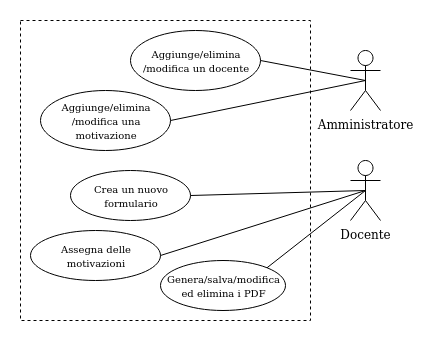
This is img/ValutazioneLPI_UseCase_Draw.png from matteoforni/Valutazione-LPI, a draw.io export, as it was before one commit. Source tidied: cells renumbered, new cells last; positions are measured from the earlier drawing's top-left corner, leaving out a move shared by most shapes. Source of this version:
```xml
<mxGraphModel>
  <root>
    <mxCell id="0" />
    <mxCell id="1" parent="0" />
    <mxCell id="2" value="Amministratore" style="shape=umlActor;verticalLabelPosition=bottom;labelBackgroundColor=#ffffff;verticalAlign=top;html=1;outlineConnect=0;" parent="1" vertex="1">
      <mxGeometry x="330" y="30" width="30" height="60" as="geometry" />
    </mxCell>
    <mxCell id="3" value="Docente" style="shape=umlActor;verticalLabelPosition=bottom;labelBackgroundColor=#ffffff;verticalAlign=top;html=1;outlineConnect=0;" parent="1" vertex="1">
      <mxGeometry x="330" y="140" width="30" height="60" as="geometry" />
    </mxCell>
    <mxCell id="4" value="&lt;font style=&quot;font-size: 10px&quot;&gt;Aggiunge/elimina/modifica un docente&lt;/font&gt;" style="ellipse;whiteSpace=wrap;html=1;" parent="1" vertex="1">
      <mxGeometry x="110" y="10" width="130" height="60" as="geometry" />
    </mxCell>
    <mxCell id="5" value="&lt;font style=&quot;font-size: 10px&quot;&gt;Aggiunge/elimina/modifica una motivazione&lt;/font&gt;" style="ellipse;whiteSpace=wrap;html=1;" parent="1" vertex="1">
      <mxGeometry x="20" y="70" width="130" height="60" as="geometry" />
    </mxCell>
    <mxCell id="6" value="&lt;font style=&quot;font-size: 10px&quot;&gt;Crea un nuovo formulario&lt;/font&gt;" style="ellipse;whiteSpace=wrap;html=1;" parent="1" vertex="1">
      <mxGeometry x="50" y="150" width="120" height="50" as="geometry" />
    </mxCell>
    <mxCell id="7" value="&lt;font style=&quot;font-size: 10px&quot;&gt;Assegna delle motivazioni&lt;/font&gt;" style="ellipse;whiteSpace=wrap;html=1;" parent="1" vertex="1">
      <mxGeometry x="10" y="210" width="130" height="50" as="geometry" />
    </mxCell>
    <mxCell id="8" value="&lt;span style=&quot;font-size: 10px&quot;&gt;Genera/salva/modifica ed elimina i PDF&lt;/span&gt;" style="ellipse;whiteSpace=wrap;html=1;" parent="1" vertex="1">
      <mxGeometry x="140" y="240" width="125" height="50" as="geometry" />
    </mxCell>
    <mxCell id="9" style="endArrow=none;html=1;exitX=0.5;exitY=0.5;exitDx=0;exitDy=0;exitPerimeter=0;entryX=1;entryY=0.5;entryDx=0;entryDy=0;" parent="1" edge="1" source="2" target="4">
      <mxGeometry relative="1" as="geometry" />
    </mxCell>
    <mxCell id="10" style="endArrow=none;html=1;exitX=0.5;exitY=0.5;exitDx=0;exitDy=0;exitPerimeter=0;entryX=1;entryY=0.5;entryDx=0;entryDy=0;" parent="1" edge="1" source="2" target="5">
      <mxGeometry relative="1" as="geometry" />
    </mxCell>
    <mxCell id="11" style="endArrow=none;html=1;exitX=0.5;exitY=0.5;exitDx=0;exitDy=0;exitPerimeter=0;entryX=1;entryY=0.5;entryDx=0;entryDy=0;" parent="1" edge="1" source="3" target="6">
      <mxGeometry relative="1" as="geometry" />
    </mxCell>
    <mxCell id="12" style="endArrow=none;html=1;exitX=0.5;exitY=0.5;exitDx=0;exitDy=0;exitPerimeter=0;entryX=1;entryY=0.5;entryDx=0;entryDy=0;" parent="1" edge="1" source="3" target="7">
      <mxGeometry relative="1" as="geometry" />
    </mxCell>
    <mxCell id="13" style="endArrow=none;html=1;exitX=0.5;exitY=0.5;exitDx=0;exitDy=0;exitPerimeter=0;entryX=1;entryY=0;entryDx=0;entryDy=0;" parent="1" edge="1" source="3" target="8">
      <mxGeometry relative="1" as="geometry" />
    </mxCell>
    <mxCell id="14" style="rounded=0;whiteSpace=wrap;html=1;fillColor=none;dashed=1;" parent="1" vertex="1">
      <mxGeometry width="290" height="300" as="geometry" />
    </mxCell>
  </root>
</mxGraphModel>
```
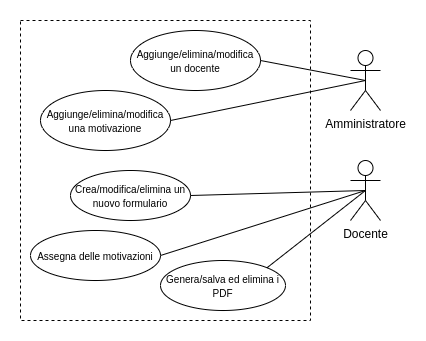
Above is the later version.

Commit message:
modificato use case

The edit, as a diff of the source:
```diff
@@ -14,13 +14,13 @@
     <mxCell id="5" value="&lt;font style=&quot;font-size: 10px&quot;&gt;Aggiunge/elimina/modifica una motivazione&lt;/font&gt;" style="ellipse;whiteSpace=wrap;html=1;" parent="1" vertex="1">
       <mxGeometry x="20" y="70" width="130" height="60" as="geometry" />
     </mxCell>
-    <mxCell id="6" value="&lt;font style=&quot;font-size: 10px&quot;&gt;Crea un nuovo formulario&lt;/font&gt;" style="ellipse;whiteSpace=wrap;html=1;" parent="1" vertex="1">
+    <mxCell id="6" value="&lt;font style=&quot;font-size: 10px&quot;&gt;Crea/modifica/elimina un nuovo formulario&lt;/font&gt;" style="ellipse;whiteSpace=wrap;html=1;" parent="1" vertex="1">
       <mxGeometry x="50" y="150" width="120" height="50" as="geometry" />
     </mxCell>
     <mxCell id="7" value="&lt;font style=&quot;font-size: 10px&quot;&gt;Assegna delle motivazioni&lt;/font&gt;" style="ellipse;whiteSpace=wrap;html=1;" parent="1" vertex="1">
       <mxGeometry x="10" y="210" width="130" height="50" as="geometry" />
     </mxCell>
-    <mxCell id="8" value="&lt;span style=&quot;font-size: 10px&quot;&gt;Genera/salva/modifica ed elimina i PDF&lt;/span&gt;" style="ellipse;whiteSpace=wrap;html=1;" parent="1" vertex="1">
+    <mxCell id="8" value="&lt;span style=&quot;font-size: 10px&quot;&gt;Genera/salva ed elimina i PDF&lt;/span&gt;" style="ellipse;whiteSpace=wrap;html=1;" parent="1" vertex="1">
       <mxGeometry x="140" y="240" width="125" height="50" as="geometry" />
     </mxCell>
     <mxCell id="9" style="endArrow=none;html=1;exitX=0.5;exitY=0.5;exitDx=0;exitDy=0;exitPerimeter=0;entryX=1;entryY=0.5;entryDx=0;entryDy=0;" parent="1" edge="1" source="2" target="4">
```
